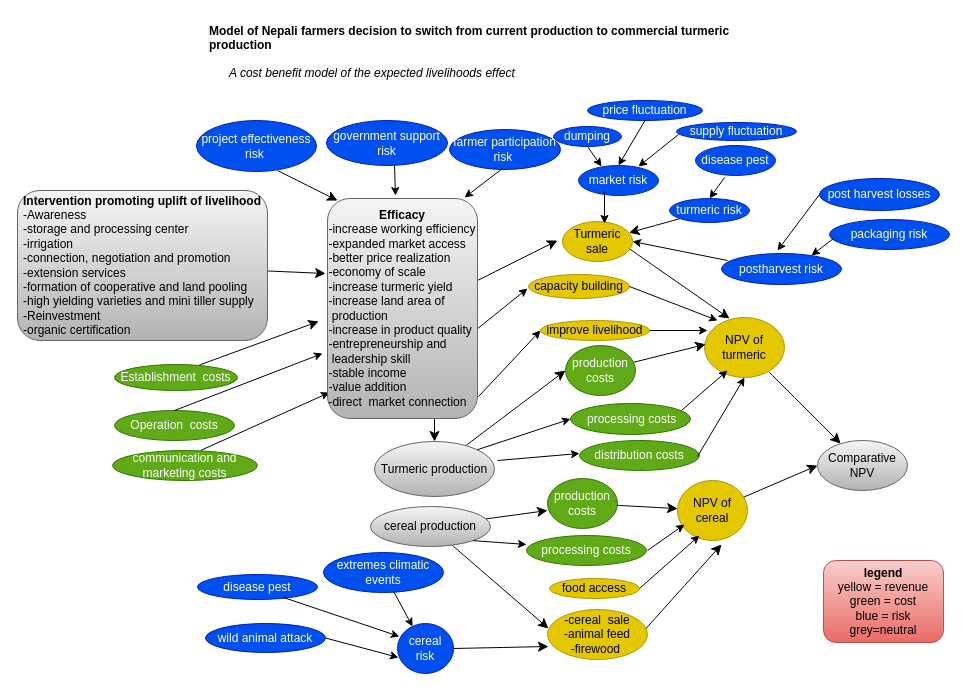
Before: Untitled Diagram.drawio in AditiBista/nepal_turmeric, a draw.io diagram. Source tidied: cells renumbered, new cells numbered last; positions are measured from the earlier drawing's top-left corner, leaving out a move shared by most shapes. Both pictures are drawn from the tidied source at 100%, with x=0, y=0 at pixel (17, 17).
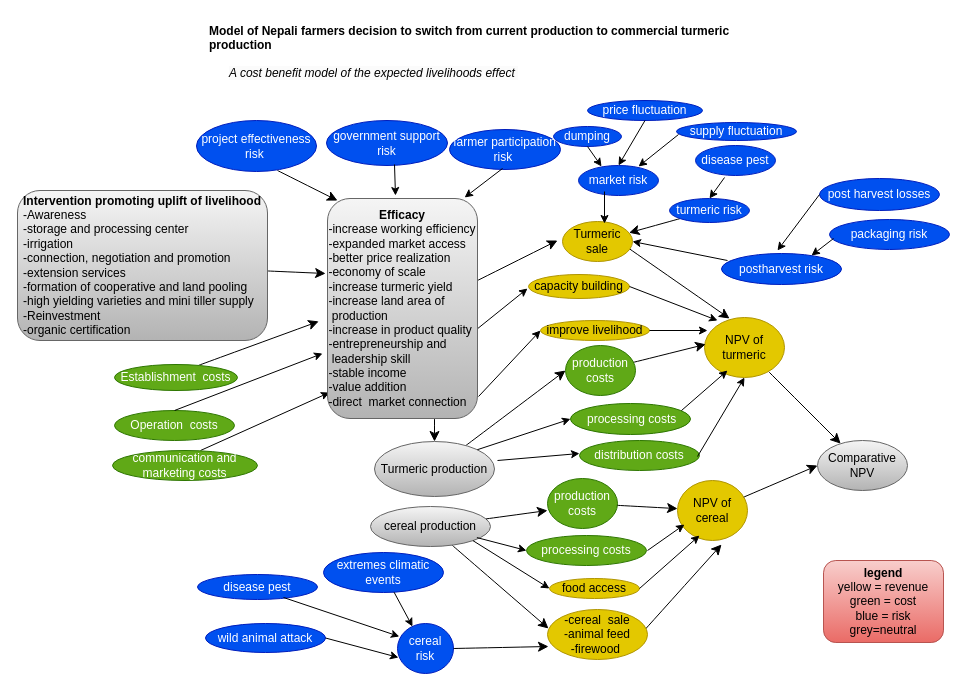
After the change.

The change refers to these unchanged cells:
```xml
<mxCell id="3" value="cereal production" style="ellipse;whiteSpace=wrap;html=1;fontSize=12;strokeWidth=1;fillColor=#f5f5f5;gradientColor=#b3b3b3;strokeColor=#666666;" parent="1" vertex="1">
  <mxGeometry x="353" y="489" width="120" height="40" as="geometry" />
</mxCell>
<mxCell id="53" value="processing costs" style="ellipse;whiteSpace=wrap;html=1;fillColor=#60a917;fontColor=#ffffff;strokeColor=#2D7600;" parent="1" vertex="1">
  <mxGeometry x="509" y="518" width="120" height="30" as="geometry" />
</mxCell>
<mxCell id="80" value="food access" style="ellipse;whiteSpace=wrap;html=1;fillColor=#e3c800;fontColor=#000000;strokeColor=#B09500;" parent="1" vertex="1">
  <mxGeometry x="532" y="561" width="90" height="20" as="geometry" />
</mxCell>
```

The edit, as a diff of the source:
```diff
@@
-    <mxCell id="61" style="endArrow=classic;html=1;rounded=0;exitX=1;exitY=1;exitDx=0;exitDy=0;entryX=0;entryY=0.3;entryDx=0;entryDy=0;entryPerimeter=0;" parent="1" edge="1" source="3" target="53">
-      <mxGeometry relative="1" as="geometry" />
+    <mxCell id="61" style="endArrow=classic;html=1;rounded=0;exitX=1;exitY=1;exitDx=0;exitDy=0;entryX=0;entryY=0.5;entryDx=0;entryDy=0;" parent="1" edge="1" target="53">
+      <mxGeometry relative="1" as="geometry">
+        <mxPoint x="459.4" y="520.1" as="sourcePoint" />
+      </mxGeometry>
     </mxCell>
@@
+    <mxCell id="84" style="endArrow=classic;html=1;rounded=0;entryX=0;entryY=0.5;entryDx=0;entryDy=0;exitX=1;exitY=1;exitDx=0;exitDy=0;" parent="1" edge="1" source="3" target="80">
+      <mxGeometry relative="1" as="geometry" />
+    </mxCell>
```
